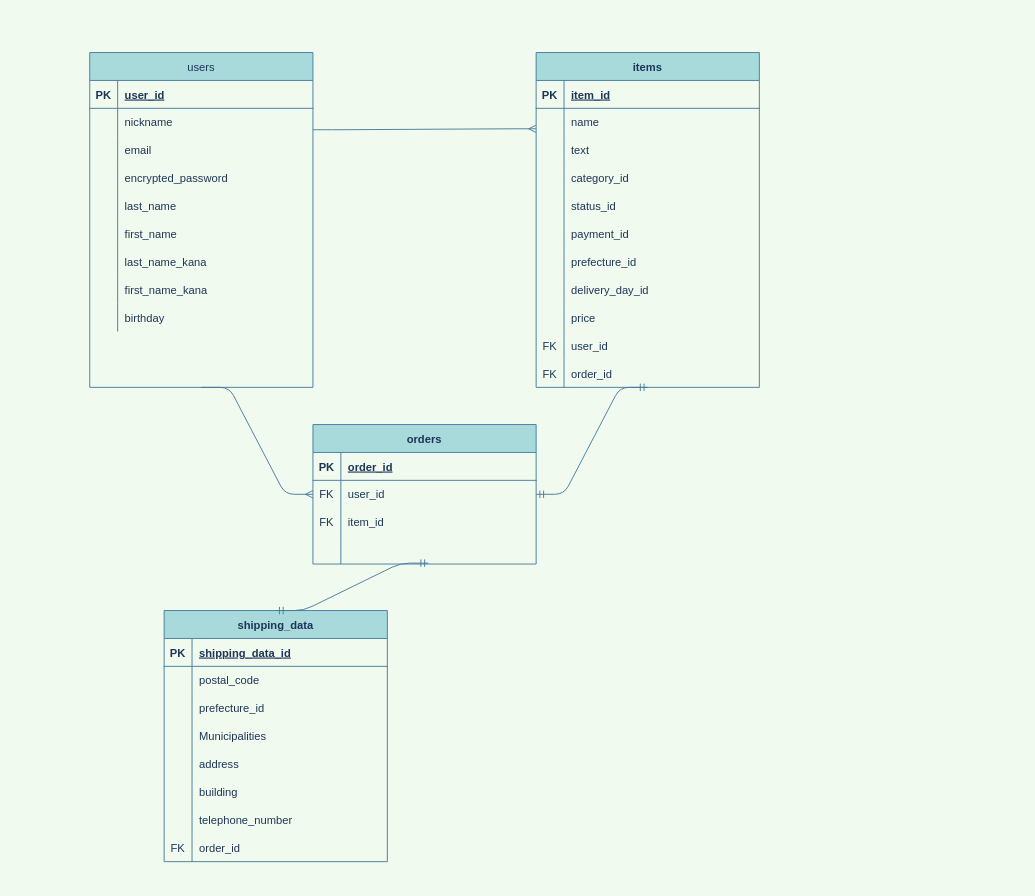
Above: er.dio in uruoilemon/furima-31527 (draw.io), before the change. Source tidied: cells renumbered, new cells numbered last; positions are measured from the earlier drawing's top-left corner, leaving out a move shared by most shapes. Both pictures are drawn from the tidied source at 93%, with x=0, y=0 at pixel (89, 52).
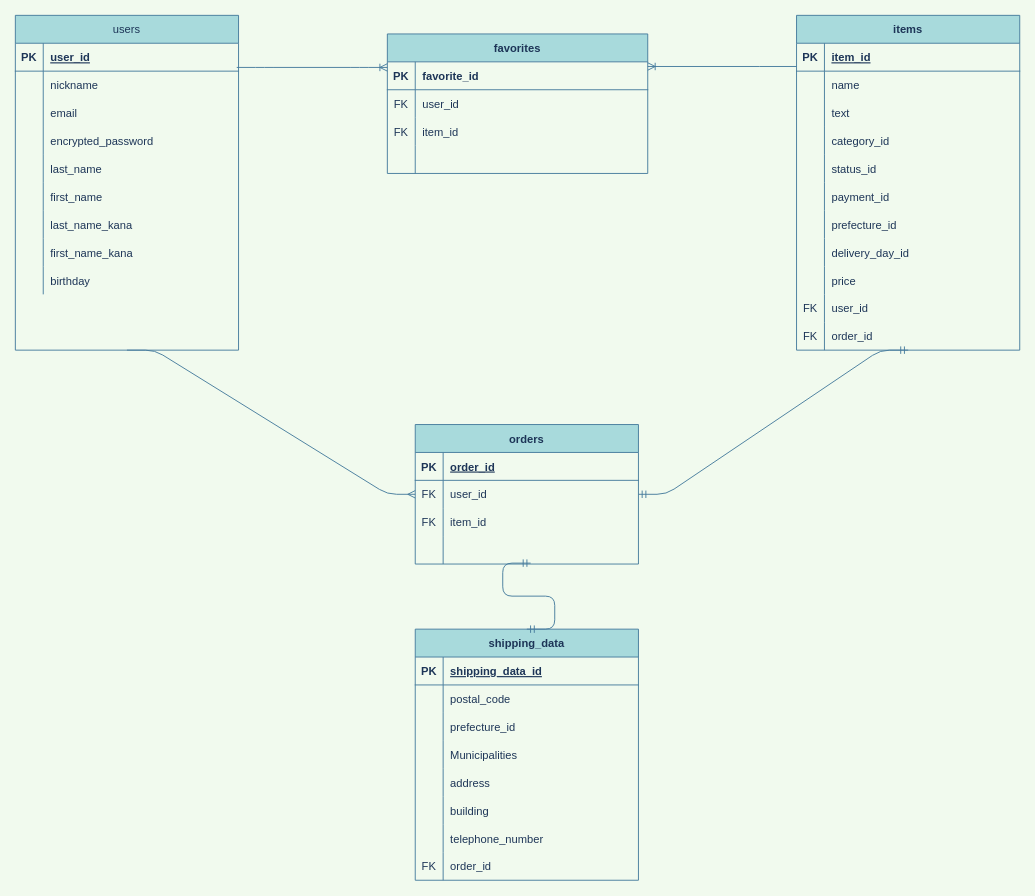
Above is the later version.

The change refers to these unchanged cells:
```xml
<mxCell id="3" style="shape=partialRectangle;fillColor=none;top=0;left=0;bottom=1;right=0;points=[[0,0.5],[1,0.5]];portConstraint=eastwest;strokeColor=#457B9D;fontColor=#1D3557;" parent="2" vertex="1">
  <mxGeometry y="30" width="240" height="30" as="geometry" />
</mxCell>
<mxCell id="6" style="shape=partialRectangle;fillColor=none;top=0;left=0;bottom=0;right=0;points=[[0,0.5],[1,0.5]];portConstraint=eastwest;strokeColor=#457B9D;fontColor=#1D3557;" parent="2" vertex="1">
  <mxGeometry y="60" width="240" height="30" as="geometry" />
</mxCell>
<mxCell id="40" style="shape=partialRectangle;fillColor=none;top=0;left=0;bottom=0;right=0;points=[[0,0.5],[1,0.5]];portConstraint=eastwest;strokeColor=#457B9D;fontColor=#1D3557;" parent="36" vertex="1">
  <mxGeometry y="60" width="240" height="30" as="geometry" />
</mxCell>
```

What changed in the source:
```diff
@@
     <mxCell id="2" value="items" style="shape=table;startSize=30;childLayout=tableLayout;rowLines=0;fontStyle=1;align=center;fillColor=#A8DADC;strokeColor=#457B9D;fontColor=#1D3557;" parent="1" vertex="1">
-      <mxGeometry x="480" width="240" height="360" as="geometry" />
+      <mxGeometry x="760" y="-40" width="240" height="360" as="geometry" />
     </mxCell>
@@
     <mxCell id="36" value="users" style="shape=table;startSize=30;childLayout=tableLayout;rowLines=0;fontStyle=0;align=center;fillColor=#A8DADC;strokeColor=#457B9D;fontColor=#1D3557;" parent="1" vertex="1">
-      <mxGeometry width="240" height="360" as="geometry" />
+      <mxGeometry x="-80" y="-40" width="240" height="360" as="geometry" />
     </mxCell>
@@
-    <mxCell id="64" style="edgeStyle=entityRelationEdgeStyle;fontSize=12;html=1;endArrow=ERmany;exitX=1;exitY=0.767;exitDx=0;exitDy=0;entryX=0;entryY=0.733;entryDx=0;entryDy=0;entryPerimeter=0;exitPerimeter=0;strokeColor=#457B9D;fontColor=#1D3557;labelBackgroundColor=#F1FAEE;" parent="1" edge="1" source="40" target="6">
-      <mxGeometry relative="1" as="geometry" />
+    <mxCell id="64" style="edgeStyle=entityRelationEdgeStyle;fontSize=12;html=1;endArrow=ERoneToMany;strokeColor=#457B9D;fontColor=#1D3557;endFill=0;exitX=0.992;exitY=-0.133;exitDx=0;exitDy=0;exitPerimeter=0;labelBackgroundColor=#F1FAEE;" parent="1" edge="1" source="40">
+      <mxGeometry relative="1" as="geometry">
+        <mxPoint x="320" y="16" as="targetPoint" />
+      </mxGeometry>
     </mxCell>
     <mxCell id="65" value="orders" style="shape=table;startSize=30;childLayout=tableLayout;rowLines=0;fontStyle=1;align=center;fillColor=#A8DADC;strokeColor=#457B9D;fontColor=#1D3557;" parent="1" vertex="1">
-      <mxGeometry x="240" y="400" width="240" height="150" as="geometry" />
+      <mxGeometry x="350" y="400" width="240" height="150" as="geometry" />
     </mxCell>
@@
     <mxCell id="80" value="shipping_data" style="shape=table;startSize=30;childLayout=tableLayout;rowLines=0;fontStyle=1;align=center;rounded=0;sketch=0;fillColor=#A8DADC;strokeColor=#457B9D;fontColor=#1D3557;" parent="1" vertex="1">
-      <mxGeometry x="80" y="600" width="240" height="270" as="geometry" />
+      <mxGeometry x="350" y="620" width="240" height="270" as="geometry" />
     </mxCell>
@@
+    <mxCell id="106" style="edgeStyle=orthogonalEdgeStyle;rounded=0;jettySize=auto;html=1;endArrow=ERoneToMany;endFill=0;strokeColor=#457B9D;labelBackgroundColor=#F1FAEE;fontColor=#1D3557;" parent="1" edge="1" source="3">
+      <mxGeometry relative="1" as="geometry">
+        <mxPoint x="600" y="15" as="targetPoint" />
+        <Array as="points">
+          <mxPoint x="720" y="15" />
+          <mxPoint x="720" y="15" />
+        </Array>
+      </mxGeometry>
+    </mxCell>
+    <mxCell id="107" value="favorites" style="shape=table;startSize=30;childLayout=tableLayout;rowLines=0;fontStyle=1;align=center;strokeColor=#457B9D;fillColor=#A8DADC;fontColor=#1D3557;" parent="1" vertex="1">
+      <mxGeometry x="320" y="-20" width="280" height="150" as="geometry" />
+    </mxCell>
+    <mxCell id="108" style="shape=partialRectangle;fillColor=none;top=0;left=0;bottom=1;right=0;strokeColor=#457B9D;fontColor=#1D3557;" parent="107" vertex="1">
+      <mxGeometry y="30" width="280" height="30" as="geometry" />
+    </mxCell>
+    <mxCell id="109" value="PK" style="shape=partialRectangle;fillColor=none;top=0;left=0;bottom=0;right=0;fontStyle=1;overflow=hidden;fontColor=#1D3557;strokeColor=#457B9D;" parent="108" vertex="1">
+      <mxGeometry width="30" height="30" as="geometry" />
+    </mxCell>
+    <mxCell id="110" value="favorite_id" style="shape=partialRectangle;fillColor=none;top=0;left=0;bottom=0;right=0;align=left;spacingLeft=6;fontStyle=1;overflow=hidden;labelBackgroundColor=none;labelBorderColor=none;fontColor=#1D3557;strokeColor=#457B9D;" parent="108" vertex="1">
+      <mxGeometry x="30" width="250" height="30" as="geometry" />
+    </mxCell>
+    <mxCell id="111" style="shape=partialRectangle;fillColor=none;top=0;left=0;bottom=0;right=0;strokeColor=#457B9D;fontColor=#1D3557;" parent="107" vertex="1">
+      <mxGeometry y="60" width="280" height="30" as="geometry" />
+    </mxCell>
+    <mxCell id="112" value="FK" style="shape=partialRectangle;fillColor=none;top=0;left=0;bottom=0;right=0;overflow=hidden;fontColor=#1D3557;strokeColor=#457B9D;" parent="111" vertex="1">
+      <mxGeometry width="30" height="30" as="geometry" />
+    </mxCell>
+    <mxCell id="113" value="user_id" style="shape=partialRectangle;fillColor=none;top=0;left=0;bottom=0;right=0;align=left;spacingLeft=6;overflow=hidden;fontStyle=0;fontColor=#1D3557;strokeColor=#457B9D;" parent="111" vertex="1">
+      <mxGeometry x="30" width="250" height="30" as="geometry" />
+    </mxCell>
+    <mxCell id="114" style="shape=partialRectangle;fillColor=none;top=0;left=0;bottom=0;right=0;strokeColor=#457B9D;fontColor=#1D3557;" parent="107" vertex="1">
+      <mxGeometry y="90" width="280" height="30" as="geometry" />
+    </mxCell>
+    <mxCell id="115" value="FK" style="shape=partialRectangle;fillColor=none;top=0;left=0;bottom=0;right=0;overflow=hidden;strokeColor=#457B9D;fontColor=#1D3557;" parent="114" vertex="1">
+      <mxGeometry width="30" height="30" as="geometry" />
+    </mxCell>
+    <mxCell id="116" value="item_id" style="shape=partialRectangle;fillColor=none;top=0;left=0;bottom=0;right=0;align=left;spacingLeft=6;overflow=hidden;fontColor=#1D3557;strokeColor=#457B9D;" parent="114" vertex="1">
+      <mxGeometry x="30" width="250" height="30" as="geometry" />
+    </mxCell>
+    <mxCell id="117" style="shape=partialRectangle;fillColor=none;top=0;left=0;bottom=0;right=0;strokeColor=#457B9D;fontColor=#1D3557;" parent="107" vertex="1">
+      <mxGeometry y="120" width="280" height="30" as="geometry" />
+    </mxCell>
+    <mxCell id="118" style="shape=partialRectangle;fillColor=none;top=0;left=0;bottom=0;right=0;overflow=hidden;strokeColor=#457B9D;fontColor=#1D3557;" parent="117" vertex="1">
+      <mxGeometry width="30" height="30" as="geometry" />
+    </mxCell>
+    <mxCell id="119" style="shape=partialRectangle;fillColor=none;top=0;left=0;bottom=0;right=0;align=left;spacingLeft=6;overflow=hidden;fontColor=#1D3557;strokeColor=#457B9D;" parent="117" vertex="1">
+      <mxGeometry x="30" width="250" height="30" as="geometry" />
+    </mxCell>
```
